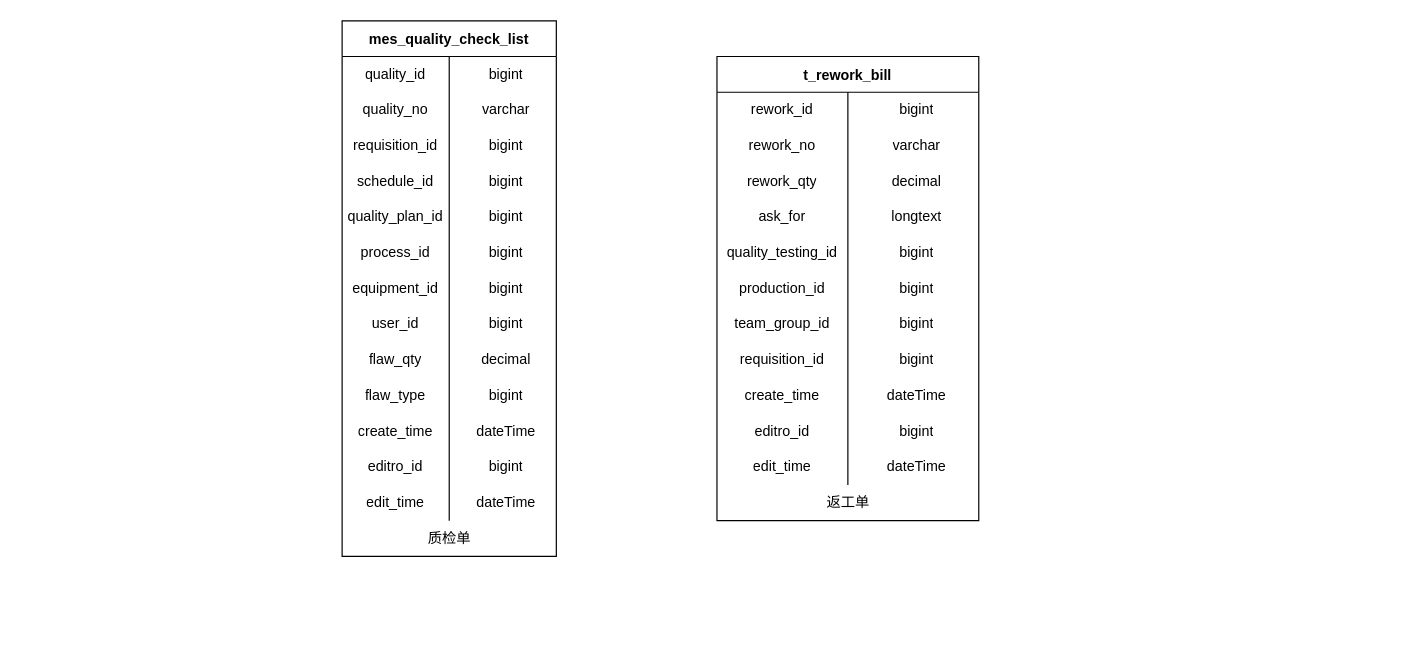
Earlier version of the draw.io diagram page "质检&返工单管理" (2 of 5) of 数据表.drawio (KNAI-I/test). Source tidied: cells renumbered, new cells numbered last; positions are measured from the earlier drawing's top-left corner, leaving out a move shared by most shapes. Both pictures are drawn from the tidied source at 119%, with x=0, y=0 at pixel (342, 20).
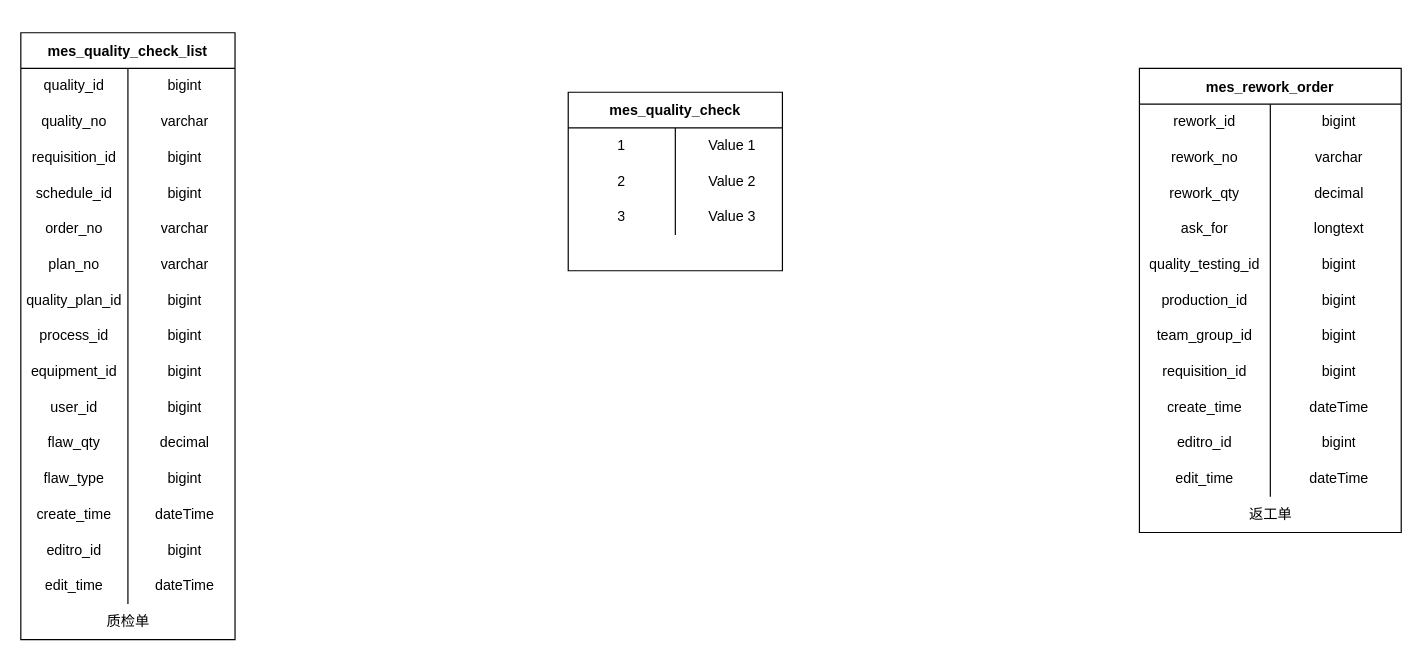
After the change.

Commit message:
更新数据表.drawio

Diff of the diagram source:
```diff
@@
     <mxCell id="2" value="mes_quality_check_list" style="shape=table;startSize=30;childLayout=tableLayout;rowLines=0;fontStyle=1;" parent="1" vertex="1">
-      <mxGeometry width="180" height="450" as="geometry" />
+      <mxGeometry x="-270" y="10" width="180" height="510" as="geometry" />
     </mxCell>
@@
+    <mxCell id="78" style="shape=tableRow;horizontal=0;startSize=0;swimlaneHead=0;swimlaneBody=0;top=0;left=0;bottom=0;right=0;fillColor=none;" parent="2" vertex="1">
+      <mxGeometry y="150" width="180" height="30" as="geometry" />
+    </mxCell>
+    <mxCell id="79" value="order_no" style="shape=partialRectangle;html=1;whiteSpace=wrap;fillColor=none;top=0;left=0;bottom=0;right=0;overflow=hidden;" parent="78" vertex="1">
+      <mxGeometry width="90" height="30" as="geometry" />
+    </mxCell>
+    <mxCell id="80" value="varchar" style="shape=partialRectangle;html=1;whiteSpace=wrap;fillColor=none;top=0;left=0;bottom=0;right=0;align=center;spacingLeft=6;overflow=hidden;" parent="78" vertex="1">
+      <mxGeometry x="90" width="90" height="30" as="geometry" />
+    </mxCell>
+    <mxCell id="81" style="shape=tableRow;horizontal=0;startSize=0;swimlaneHead=0;swimlaneBody=0;top=0;left=0;bottom=0;right=0;fillColor=none;" parent="2" vertex="1">
+      <mxGeometry y="180" width="180" height="30" as="geometry" />
+    </mxCell>
+    <mxCell id="82" value="plan_no" style="shape=partialRectangle;html=1;whiteSpace=wrap;fillColor=none;top=0;left=0;bottom=0;right=0;overflow=hidden;" parent="81" vertex="1">
+      <mxGeometry width="90" height="30" as="geometry" />
+    </mxCell>
+    <mxCell id="83" value="varchar" style="shape=partialRectangle;html=1;whiteSpace=wrap;fillColor=none;top=0;left=0;bottom=0;right=0;align=center;spacingLeft=6;overflow=hidden;" parent="81" vertex="1">
+      <mxGeometry x="90" width="90" height="30" as="geometry" />
+    </mxCell>
     <mxCell id="15" style="shape=tableRow;horizontal=0;startSize=0;swimlaneHead=0;swimlaneBody=0;top=0;left=0;bottom=0;right=0;fillColor=none;" parent="2" vertex="1">
-      <mxGeometry y="150" width="180" height="30" as="geometry" />
+      <mxGeometry y="210" width="180" height="30" as="geometry" />
     </mxCell>
@@
     <mxCell id="18" style="shape=tableRow;horizontal=0;startSize=0;swimlaneHead=0;swimlaneBody=0;top=0;left=0;bottom=0;right=0;fillColor=none;" parent="2" vertex="1">
-      <mxGeometry y="180" width="180" height="30" as="geometry" />
+      <mxGeometry y="240" width="180" height="30" as="geometry" />
     </mxCell>
@@
     <mxCell id="21" style="shape=tableRow;horizontal=0;startSize=0;swimlaneHead=0;swimlaneBody=0;top=0;left=0;bottom=0;right=0;fillColor=none;" parent="2" vertex="1">
-      <mxGeometry y="210" width="180" height="30" as="geometry" />
+      <mxGeometry y="270" width="180" height="30" as="geometry" />
     </mxCell>
@@
     <mxCell id="24" style="shape=tableRow;horizontal=0;startSize=0;swimlaneHead=0;swimlaneBody=0;top=0;left=0;bottom=0;right=0;fillColor=none;" parent="2" vertex="1">
-      <mxGeometry y="240" width="180" height="30" as="geometry" />
+      <mxGeometry y="300" width="180" height="30" as="geometry" />
     </mxCell>
@@
     <mxCell id="27" style="shape=tableRow;horizontal=0;startSize=0;swimlaneHead=0;swimlaneBody=0;top=0;left=0;bottom=0;right=0;fillColor=none;" parent="2" vertex="1">
-      <mxGeometry y="270" width="180" height="30" as="geometry" />
+      <mxGeometry y="330" width="180" height="30" as="geometry" />
     </mxCell>
@@
     <mxCell id="30" style="shape=tableRow;horizontal=0;startSize=0;swimlaneHead=0;swimlaneBody=0;top=0;left=0;bottom=0;right=0;fillColor=none;" parent="2" vertex="1">
-      <mxGeometry y="300" width="180" height="30" as="geometry" />
+      <mxGeometry y="360" width="180" height="30" as="geometry" />
     </mxCell>
@@
     <mxCell id="33" style="shape=tableRow;horizontal=0;startSize=0;swimlaneHead=0;swimlaneBody=0;top=0;left=0;bottom=0;right=0;fillColor=none;" parent="2" vertex="1">
-      <mxGeometry y="330" width="180" height="30" as="geometry" />
+      <mxGeometry y="390" width="180" height="30" as="geometry" />
     </mxCell>
@@
     <mxCell id="36" style="shape=tableRow;horizontal=0;startSize=0;swimlaneHead=0;swimlaneBody=0;top=0;left=0;bottom=0;right=0;fillColor=none;" parent="2" vertex="1">
-      <mxGeometry y="360" width="180" height="30" as="geometry" />
+      <mxGeometry y="420" width="180" height="30" as="geometry" />
     </mxCell>
@@
     <mxCell id="39" style="shape=tableRow;horizontal=0;startSize=0;swimlaneHead=0;swimlaneBody=0;top=0;left=0;bottom=0;right=0;fillColor=none;" parent="2" vertex="1">
-      <mxGeometry y="390" width="180" height="30" as="geometry" />
+      <mxGeometry y="450" width="180" height="30" as="geometry" />
     </mxCell>
@@
     <mxCell id="42" value="质检单" style="text;html=1;align=center;verticalAlign=middle;strokeColor=none;fillColor=none;" parent="1" vertex="1">
-      <mxGeometry x="60" y="420" width="60" height="30" as="geometry" />
+      <mxGeometry x="-210" y="490" width="60" height="30" as="geometry" />
     </mxCell>
-    <mxCell id="43" value="t_rework_bill" style="shape=table;startSize=30;childLayout=tableLayout;rowLines=0;fontStyle=1;" parent="1" vertex="1">
-      <mxGeometry x="315" y="30" width="220" height="390" as="geometry" />
+    <mxCell id="43" value="mes_rework_order" style="shape=table;startSize=30;childLayout=tableLayout;rowLines=0;fontStyle=1;" parent="1" vertex="1">
+      <mxGeometry x="670" y="40" width="220" height="390" as="geometry" />
     </mxCell>
@@
     <mxCell id="77" value="返工单" style="text;html=1;align=center;verticalAlign=middle;strokeColor=none;fillColor=none;" parent="1" vertex="1">
-      <mxGeometry x="395" y="390" width="60" height="30" as="geometry" />
+      <mxGeometry x="750" y="400" width="60" height="30" as="geometry" />
     </mxCell>
+    <mxCell id="84" value="mes_quality_check" style="shape=table;startSize=30;childLayout=tableLayout;rowLines=0;fontStyle=1;" parent="1" vertex="1">
+      <mxGeometry x="190" y="60" width="180" height="150" as="geometry" />
+    </mxCell>
+    <mxCell id="85" style="shape=tableRow;horizontal=0;startSize=0;swimlaneHead=0;swimlaneBody=0;top=0;left=0;bottom=0;right=0;fillColor=none;" parent="84" vertex="1">
+      <mxGeometry y="30" width="180" height="30" as="geometry" />
+    </mxCell>
+    <mxCell id="86" value="1" style="shape=partialRectangle;html=1;whiteSpace=wrap;fillColor=none;top=0;left=0;bottom=0;right=0;overflow=hidden;" parent="85" vertex="1">
+      <mxGeometry width="90" height="30" as="geometry" />
+    </mxCell>
+    <mxCell id="87" value="Value 1" style="shape=partialRectangle;html=1;whiteSpace=wrap;fillColor=none;top=0;left=0;bottom=0;right=0;align=center;spacingLeft=6;overflow=hidden;" parent="85" vertex="1">
+      <mxGeometry x="90" width="90" height="30" as="geometry" />
+    </mxCell>
+    <mxCell id="88" style="shape=tableRow;horizontal=0;startSize=0;swimlaneHead=0;swimlaneBody=0;top=0;left=0;bottom=0;right=0;fillColor=none;" parent="84" vertex="1">
+      <mxGeometry y="60" width="180" height="30" as="geometry" />
+    </mxCell>
+    <mxCell id="89" value="2" style="shape=partialRectangle;html=1;whiteSpace=wrap;fillColor=none;top=0;left=0;bottom=0;right=0;overflow=hidden;" parent="88" vertex="1">
+      <mxGeometry width="90" height="30" as="geometry" />
+    </mxCell>
+    <mxCell id="90" value="Value 2" style="shape=partialRectangle;html=1;whiteSpace=wrap;fillColor=none;top=0;left=0;bottom=0;right=0;align=center;spacingLeft=6;overflow=hidden;" parent="88" vertex="1">
+      <mxGeometry x="90" width="90" height="30" as="geometry" />
+    </mxCell>
+    <mxCell id="91" style="shape=tableRow;horizontal=0;startSize=0;swimlaneHead=0;swimlaneBody=0;top=0;left=0;bottom=0;right=0;fillColor=none;" parent="84" vertex="1">
+      <mxGeometry y="90" width="180" height="30" as="geometry" />
+    </mxCell>
+    <mxCell id="92" value="3" style="shape=partialRectangle;html=1;whiteSpace=wrap;fillColor=none;top=0;left=0;bottom=0;right=0;overflow=hidden;" parent="91" vertex="1">
+      <mxGeometry width="90" height="30" as="geometry" />
+    </mxCell>
+    <mxCell id="93" value="Value 3" style="shape=partialRectangle;html=1;whiteSpace=wrap;fillColor=none;top=0;left=0;bottom=0;right=0;align=center;spacingLeft=6;overflow=hidden;" parent="91" vertex="1">
+      <mxGeometry x="90" width="90" height="30" as="geometry" />
+    </mxCell>
```
